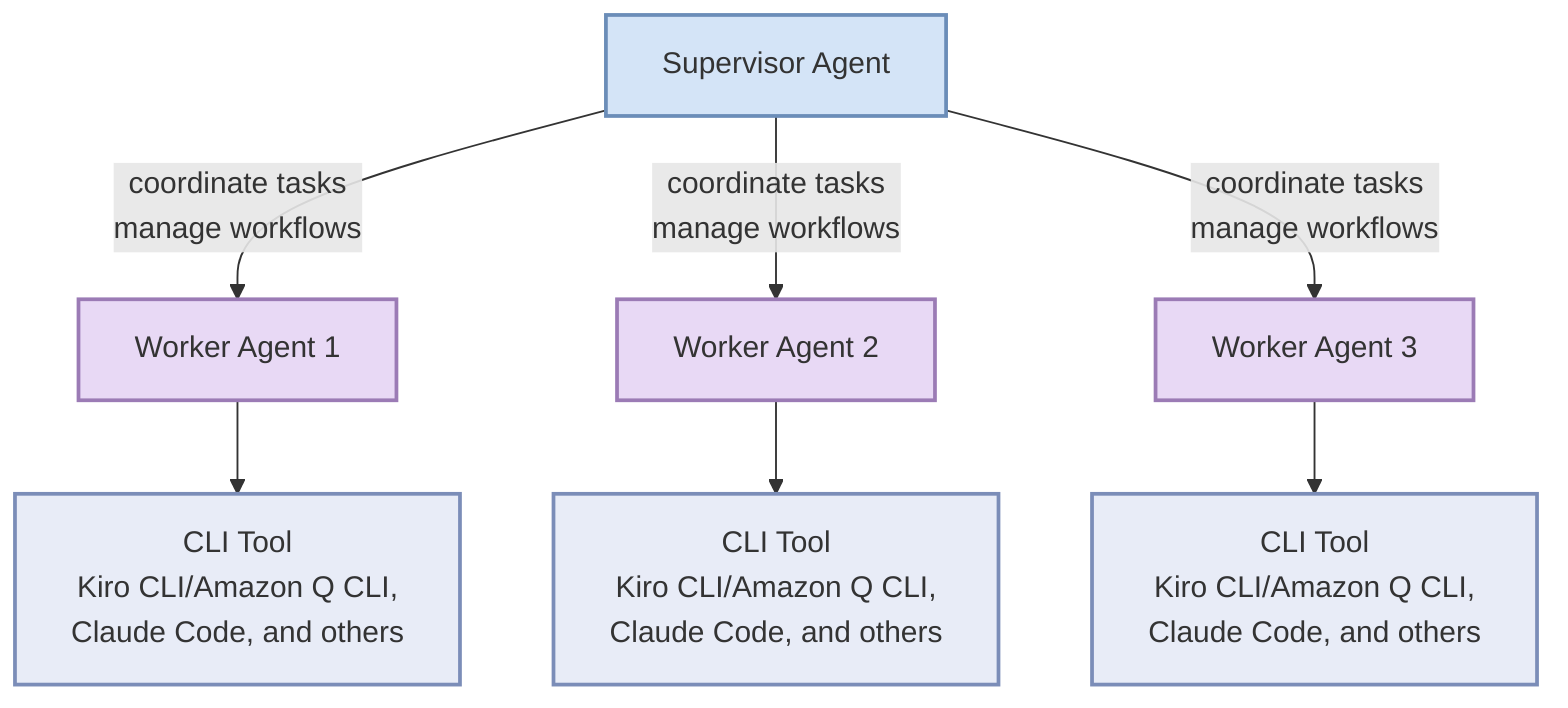
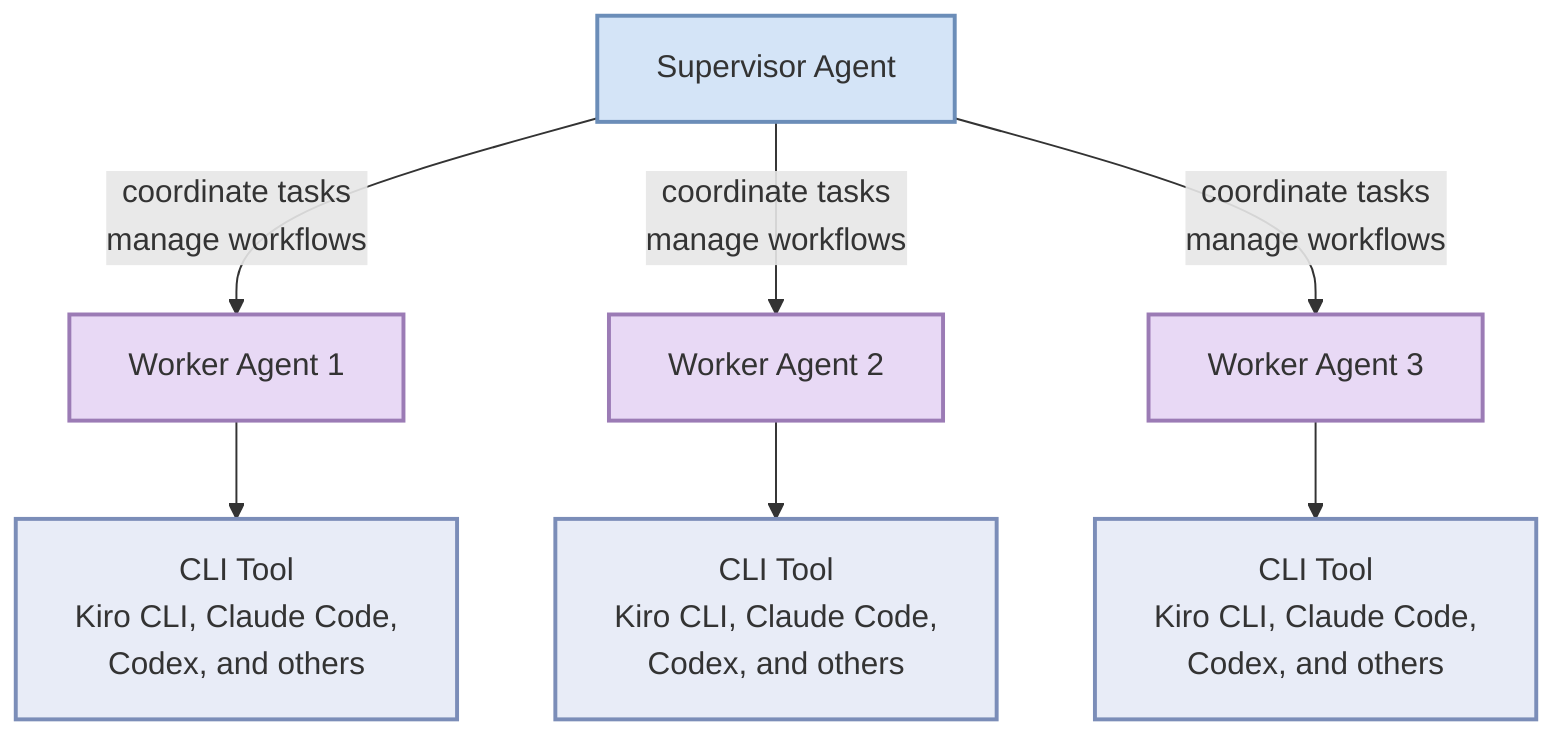
graph TD
    A[Supervisor Agent]

    A -->|coordinate tasks<br/>manage workflows| B[Worker Agent 1]
    A -->|coordinate tasks<br/>manage workflows| C[Worker Agent 2]
    A -->|coordinate tasks<br/>manage workflows| D[Worker Agent 3]

-     B --> E[CLI Tool<br/>Kiro CLI/Amazon Q CLI,<br/>Claude Code, and others]
-     C --> F[CLI Tool<br/>Kiro CLI/Amazon Q CLI,<br/>Claude Code, and others]
-     D --> G[CLI Tool<br/>Kiro CLI/Amazon Q CLI,<br/>Claude Code, and others]
+     B --> E[CLI Tool<br/>Kiro CLI, Claude Code,<br/>Codex, and others]
+     C --> F[CLI Tool<br/>Kiro CLI, Claude Code,<br/>Codex, and others]
+     D --> G[CLI Tool<br/>Kiro CLI, Claude Code,<br/>Codex, and others]

    style A fill:#d4e4f7,stroke:#6b8db8,stroke-width:2px
    style B fill:#e8d9f5,stroke:#9b7bb5,stroke-width:2px
    style C fill:#e8d9f5,stroke:#9b7bb5,stroke-width:2px
    style D fill:#e8d9f5,stroke:#9b7bb5,stroke-width:2px
    style E fill:#e8ecf7,stroke:#7b8db8,stroke-width:2px
    style F fill:#e8ecf7,stroke:#7b8db8,stroke-width:2px
    style G fill:#e8ecf7,stroke:#7b8db8,stroke-width:2px
